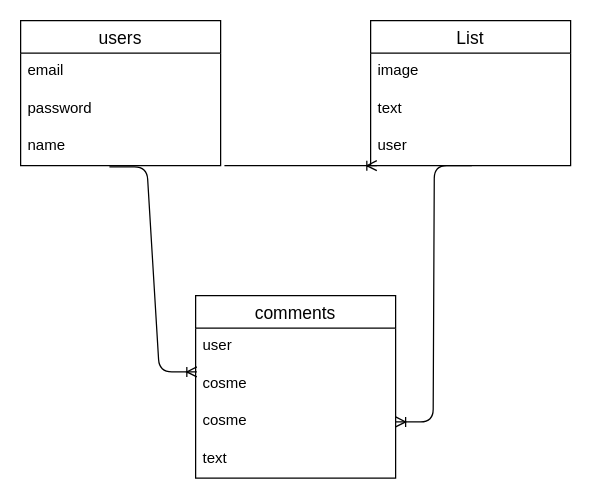
The draw.io diagram cosme.dio in nana-ikegami/cosmelog2021, before the edit. Source tidied: cells renumbered, new cells numbered last; positions are measured from the earlier drawing's top-left corner, leaving out a move shared by most shapes. Both pictures are drawn from the tidied source at 125%, with x=0, y=0 at pixel (20, 20).
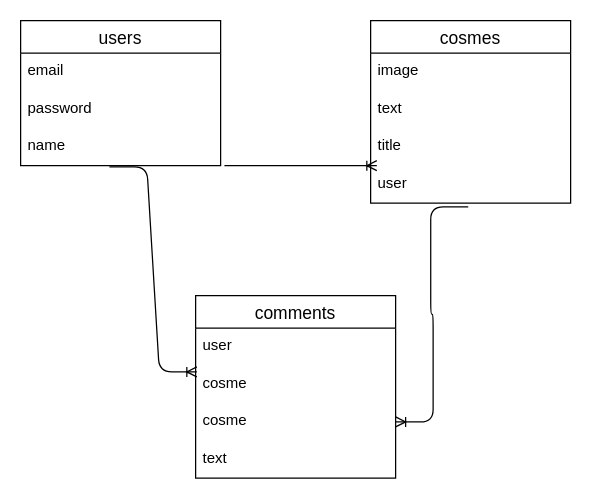
The same diagram, later.

Commit message (it also covers changes not shown here):
cosmeテーブルにtitleカラムを追加

Diff of the diagram source:
```diff
@@
 <mxGraphModel>
   <root>
     <mxCell id="0" />
     <mxCell id="1" parent="0" />
     <mxCell id="2" value="users" style="swimlane;fontStyle=0;horizontal=1;startSize=26;align=center;fontSize=14;" parent="1" vertex="1">
       <mxGeometry width="160" height="116" as="geometry" />
     </mxCell>
     <mxCell id="3" value="email" style="text;strokeColor=none;fillColor=none;spacingLeft=4;spacingRight=4;overflow=hidden;fontSize=12;" parent="2" vertex="1">
       <mxGeometry y="26" width="160" height="30" as="geometry" />
     </mxCell>
     <mxCell id="4" value="password" style="text;strokeColor=none;fillColor=none;spacingLeft=4;spacingRight=4;overflow=hidden;fontSize=12;" parent="2" vertex="1">
       <mxGeometry y="56" width="160" height="30" as="geometry" />
     </mxCell>
     <mxCell id="5" value="name" style="text;strokeColor=none;fillColor=none;spacingLeft=4;spacingRight=4;overflow=hidden;points=[[0,0.5],[1,0.5]];portConstraint=eastwest;fontSize=12;" parent="2" vertex="1">
       <mxGeometry y="86" width="160" height="30" as="geometry" />
     </mxCell>
-    <mxCell id="6" value="List" style="swimlane;fontStyle=0;horizontal=1;startSize=26;align=center;fontSize=14;" parent="1" vertex="1">
-      <mxGeometry x="280" width="160" height="116" as="geometry" />
+    <mxCell id="6" value="cosmes" style="swimlane;fontStyle=0;horizontal=1;startSize=26;align=center;fontSize=14;" parent="1" vertex="1">
+      <mxGeometry x="280" width="160" height="146" as="geometry" />
     </mxCell>
     <mxCell id="7" value="image" style="text;strokeColor=none;fillColor=none;spacingLeft=4;spacingRight=4;overflow=hidden;fontSize=12;" parent="6" vertex="1">
       <mxGeometry y="26" width="160" height="30" as="geometry" />
     </mxCell>
     <mxCell id="8" value="text" style="text;strokeColor=none;fillColor=none;spacingLeft=4;spacingRight=4;overflow=hidden;fontSize=12;" parent="6" vertex="1">
       <mxGeometry y="56" width="160" height="30" as="geometry" />
     </mxCell>
-    <mxCell id="9" value="user" style="text;strokeColor=none;fillColor=none;spacingLeft=4;spacingRight=4;overflow=hidden;points=[[0,0.5],[1,0.5]];portConstraint=eastwest;fontSize=12;" parent="6" vertex="1">
+    <mxCell id="9" value="title" style="text;strokeColor=none;fillColor=none;spacingLeft=4;spacingRight=4;overflow=hidden;points=[[0,0.5],[1,0.5]];portConstraint=eastwest;fontSize=12;" parent="6" vertex="1">
       <mxGeometry y="86" width="160" height="30" as="geometry" />
     </mxCell>
+    <mxCell id="18" value="user" style="text;strokeColor=none;fillColor=none;spacingLeft=4;spacingRight=4;overflow=hidden;points=[[0,0.5],[1,0.5]];portConstraint=eastwest;fontSize=12;" parent="6" vertex="1">
+      <mxGeometry y="116" width="160" height="30" as="geometry" />
+    </mxCell>
     <mxCell id="10" value="comments" style="swimlane;fontStyle=0;horizontal=1;startSize=26;align=center;fontSize=14;" parent="1" vertex="1">
       <mxGeometry x="140" y="220" width="160" height="146" as="geometry" />
     </mxCell>
     <mxCell id="11" value="user" style="text;strokeColor=none;fillColor=none;spacingLeft=4;spacingRight=4;overflow=hidden;fontSize=12;" parent="10" vertex="1">
       <mxGeometry y="26" width="160" height="30" as="geometry" />
     </mxCell>
     <mxCell id="12" value="cosme" style="text;strokeColor=none;fillColor=none;spacingLeft=4;spacingRight=4;overflow=hidden;points=[[0,0.5],[1,0.5]];portConstraint=eastwest;fontSize=12;" parent="10" vertex="1">
       <mxGeometry y="56" width="160" height="30" as="geometry" />
     </mxCell>
     <mxCell id="13" value="cosme" style="text;strokeColor=none;fillColor=none;spacingLeft=4;spacingRight=4;overflow=hidden;points=[[0,0.5],[1,0.5]];portConstraint=eastwest;fontSize=12;" parent="10" vertex="1">
       <mxGeometry y="86" width="160" height="30" as="geometry" />
     </mxCell>
     <mxCell id="14" value="text" style="text;strokeColor=none;fillColor=none;spacingLeft=4;spacingRight=4;overflow=hidden;fontSize=12;" parent="10" vertex="1">
       <mxGeometry y="116" width="160" height="30" as="geometry" />
     </mxCell>
     <mxCell id="15" style="edgeStyle=entityRelationEdgeStyle;fontSize=12;html=1;endArrow=ERoneToMany;entryX=0.031;entryY=1;entryDx=0;entryDy=0;entryPerimeter=0;exitX=1.019;exitY=1;exitDx=0;exitDy=0;exitPerimeter=0;" parent="1" edge="1" source="5" target="9">
       <mxGeometry relative="1" as="geometry" />
     </mxCell>
     <mxCell id="16" style="edgeStyle=entityRelationEdgeStyle;fontSize=12;html=1;endArrow=ERoneToMany;exitX=0.444;exitY=1.033;exitDx=0;exitDy=0;exitPerimeter=0;entryX=0.006;entryY=0.167;entryDx=0;entryDy=0;entryPerimeter=0;" parent="1" edge="1" source="5" target="12">
       <mxGeometry relative="1" as="geometry" />
     </mxCell>
-    <mxCell id="17" style="edgeStyle=entityRelationEdgeStyle;fontSize=12;html=1;endArrow=ERoneToMany;exitX=0.506;exitY=1;exitDx=0;exitDy=0;exitPerimeter=0;" parent="1" edge="1" source="9" target="13">
+    <mxCell id="17" style="edgeStyle=entityRelationEdgeStyle;fontSize=12;html=1;endArrow=ERoneToMany;exitX=0.488;exitY=1.1;exitDx=0;exitDy=0;exitPerimeter=0;" parent="1" edge="1" source="18" target="13">
       <mxGeometry relative="1" as="geometry" />
     </mxCell>
   </root>
 </mxGraphModel>
```
